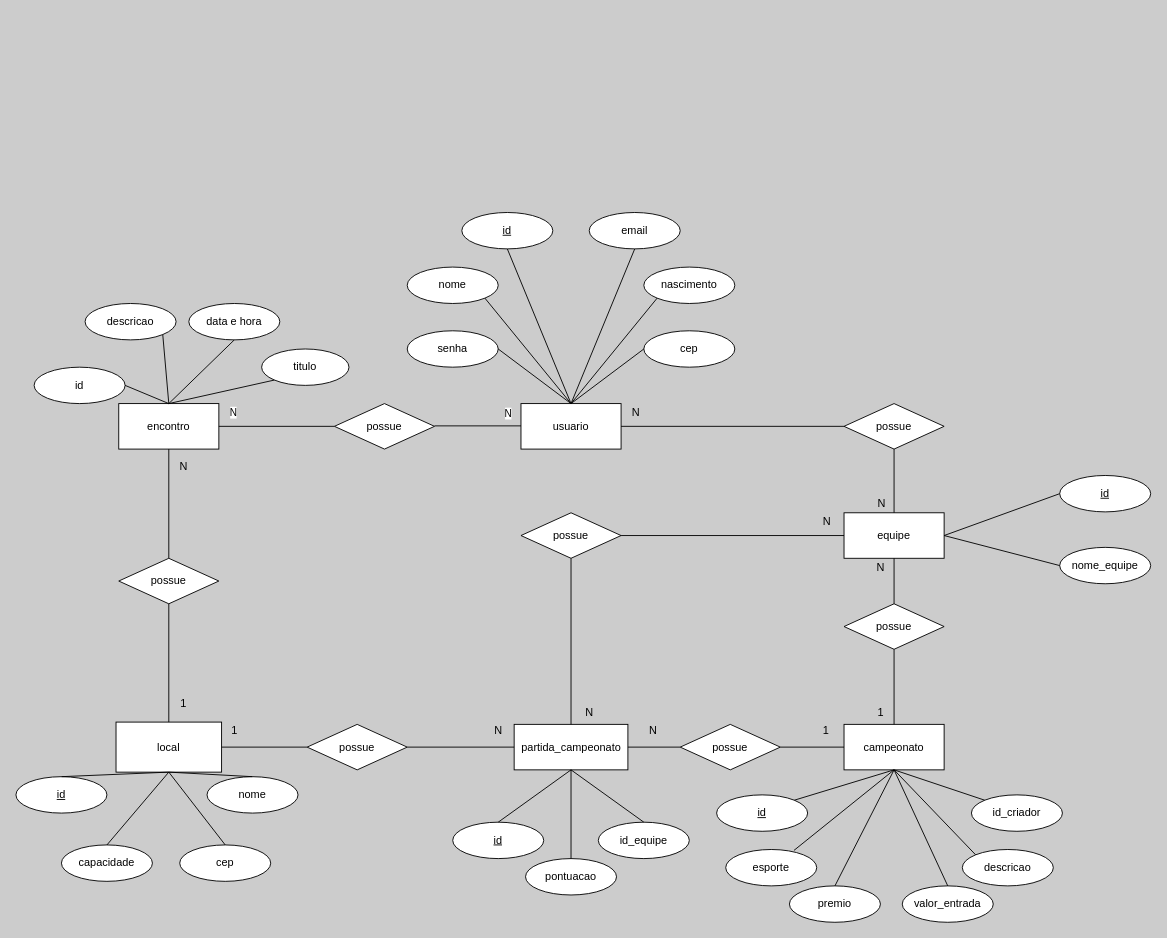
The draw.io diagram playOnMatch/docs/draw/umlAtualizado.drawio in batista29/tcc, before the edit. Source tidied: cells renumbered, new cells numbered last; positions are measured from the earlier drawing's top-left corner, leaving out a move shared by most shapes. Both pictures are drawn from the tidied source at 91%, with x=0, y=0 at pixel (15, 212).
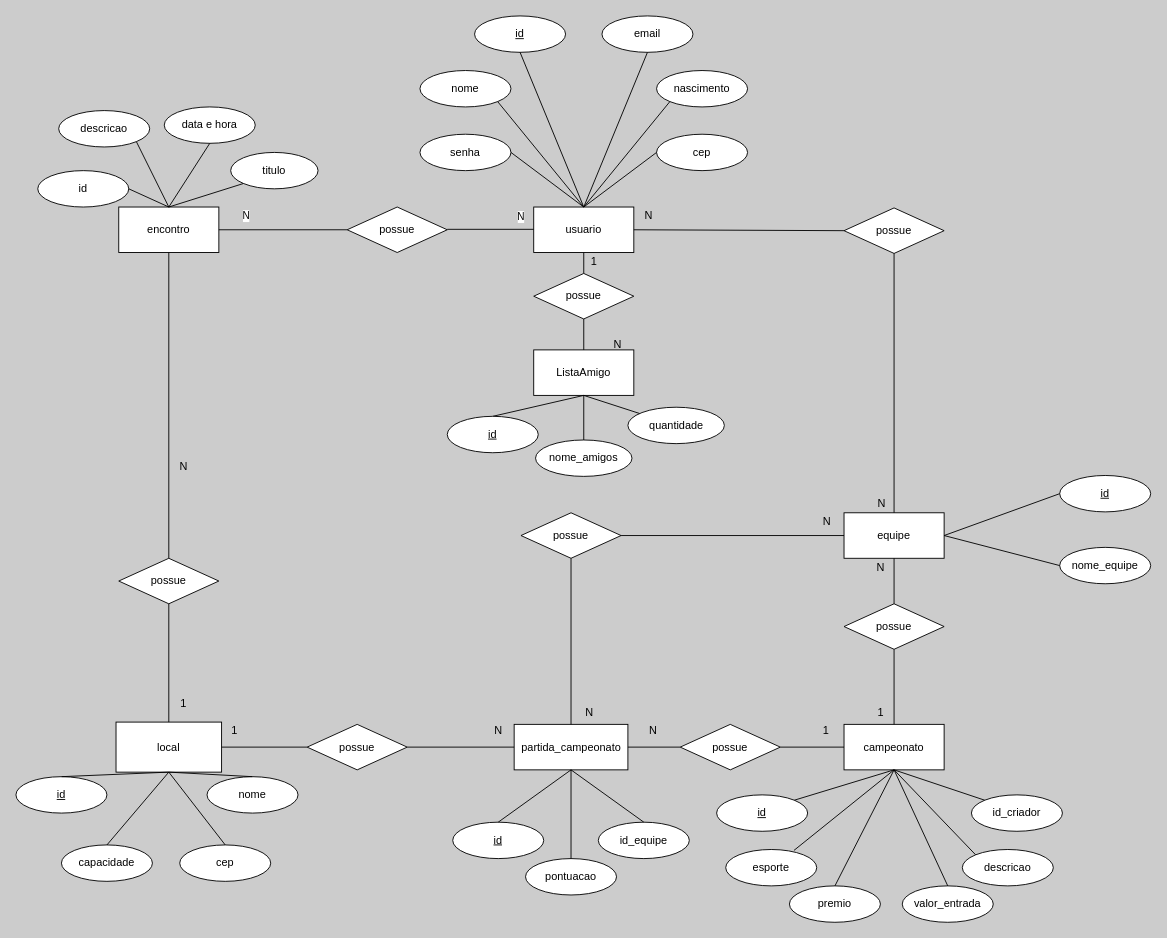
The same page after the edit.

Commit message (it also covers changes not shown here):
atualizando backend lista de amigos

Change to the diagram source:
```diff
@@
     <mxCell id="2" value="usuario" style="html=1;whiteSpace=wrap;" parent="1" vertex="1">
-      <mxGeometry x="555" y="210" width="110" height="50" as="geometry" />
+      <mxGeometry x="569" y="-6" width="110" height="50" as="geometry" />
     </mxCell>
     <mxCell id="3" value="&lt;u&gt;id&lt;/u&gt;" style="ellipse;whiteSpace=wrap;html=1;align=center;" parent="1" vertex="1">
-      <mxGeometry x="490" width="100" height="40" as="geometry" />
+      <mxGeometry x="504" y="-216" width="100" height="40" as="geometry" />
     </mxCell>
     <mxCell id="4" value="senha" style="ellipse;whiteSpace=wrap;html=1;align=center;" parent="1" vertex="1">
-      <mxGeometry x="430" y="130" width="100" height="40" as="geometry" />
+      <mxGeometry x="444" y="-86" width="100" height="40" as="geometry" />
     </mxCell>
     <mxCell id="5" value="nome" style="ellipse;whiteSpace=wrap;html=1;align=center;" parent="1" vertex="1">
-      <mxGeometry x="430" y="60" width="100" height="40" as="geometry" />
+      <mxGeometry x="444" y="-156" width="100" height="40" as="geometry" />
     </mxCell>
     <mxCell id="6" value="email" style="ellipse;whiteSpace=wrap;html=1;align=center;" parent="1" vertex="1">
-      <mxGeometry x="630" width="100" height="40" as="geometry" />
+      <mxGeometry x="644" y="-216" width="100" height="40" as="geometry" />
     </mxCell>
     <mxCell id="7" value="nascimento" style="ellipse;whiteSpace=wrap;html=1;align=center;" parent="1" vertex="1">
-      <mxGeometry x="690" y="60" width="100" height="40" as="geometry" />
+      <mxGeometry x="704" y="-156" width="100" height="40" as="geometry" />
     </mxCell>
@@
     <mxCell id="13" value="cep" style="ellipse;whiteSpace=wrap;html=1;align=center;" parent="1" vertex="1">
-      <mxGeometry x="690" y="130" width="100" height="40" as="geometry" />
+      <mxGeometry x="704" y="-86" width="100" height="40" as="geometry" />
     </mxCell>
@@
     <mxCell id="31" value="possue" style="shape=rhombus;perimeter=rhombusPerimeter;whiteSpace=wrap;html=1;align=center;" parent="1" vertex="1">
-      <mxGeometry x="910" y="210" width="110" height="50" as="geometry" />
+      <mxGeometry x="910" y="-5" width="110" height="50" as="geometry" />
     </mxCell>
@@
     <mxCell id="53" value="encontro" style="rounded=0;whiteSpace=wrap;html=1;" parent="1" vertex="1">
-      <mxGeometry x="113" y="210" width="110" height="50" as="geometry" />
+      <mxGeometry x="113" y="-6" width="110" height="50" as="geometry" />
     </mxCell>
@@
     <mxCell id="55" value="titulo" style="ellipse;whiteSpace=wrap;html=1;align=center;" parent="1" vertex="1">
-      <mxGeometry x="270" y="150" width="96" height="40" as="geometry" />
+      <mxGeometry x="236" y="-66" width="96" height="40" as="geometry" />
     </mxCell>
     <mxCell id="56" value="descricao" style="ellipse;whiteSpace=wrap;html=1;align=center;" parent="1" vertex="1">
-      <mxGeometry x="76" y="100" width="100" height="40" as="geometry" />
+      <mxGeometry x="47" y="-112" width="100" height="40" as="geometry" />
     </mxCell>
     <mxCell id="57" value="possue" style="shape=rhombus;perimeter=rhombusPerimeter;whiteSpace=wrap;html=1;align=center;" parent="1" vertex="1">
-      <mxGeometry x="350" y="210" width="110" height="50" as="geometry" />
+      <mxGeometry x="364" y="-6" width="110" height="50" as="geometry" />
     </mxCell>
     <mxCell id="58" style="endArrow=none;html=1;rounded=0;entryX=1;entryY=0.5;entryDx=0;entryDy=0;exitX=0;exitY=0.5;exitDx=0;exitDy=0;" parent="1" edge="1">
       <mxGeometry relative="1" as="geometry">
-        <mxPoint x="555" y="234.5" as="sourcePoint" />
-        <mxPoint x="460" y="234.5" as="targetPoint" />
+        <mxPoint x="569" y="18.5" as="sourcePoint" />
+        <mxPoint x="474" y="18.5" as="targetPoint" />
       </mxGeometry>
     </mxCell>
@@
     <mxCell id="71" value="data e hora" style="ellipse;whiteSpace=wrap;html=1;align=center;" parent="1" vertex="1">
-      <mxGeometry x="190" y="100" width="100" height="40" as="geometry" />
+      <mxGeometry x="163" y="-116" width="100" height="40" as="geometry" />
     </mxCell>
@@
     <mxCell id="76" value="id" style="ellipse;whiteSpace=wrap;html=1;align=center;" parent="1" vertex="1">
-      <mxGeometry x="20" y="170" width="100" height="40" as="geometry" />
+      <mxGeometry x="24" y="-46" width="100" height="40" as="geometry" />
     </mxCell>
@@
     <mxCell id="78" value="N" style="edgeLabel;html=1;align=center;verticalAlign=middle;" parent="1" vertex="1">
-      <mxGeometry x="280" y="200" as="geometry">
+      <mxGeometry x="294" y="-16" as="geometry">
         <mxPoint x="-42" y="19" as="offset" />
       </mxGeometry>
     </mxCell>
     <mxCell id="79" value="N" style="text;html=1;align=center;verticalAlign=middle;" parent="1" vertex="1">
-      <mxGeometry x="671" y="211" width="19" height="18" as="geometry" />
+      <mxGeometry x="685" y="-5" width="19" height="18" as="geometry" />
     </mxCell>
@@
+    <mxCell id="93" style="endArrow=none;html=1;rounded=0;exitX=0.5;exitY=1;exitDx=0;exitDy=0;entryX=0.5;entryY=0;entryDx=0;entryDy=0;" parent="1" edge="1" source="2" target="95">
+      <mxGeometry relative="1" as="geometry" />
+    </mxCell>
+    <mxCell id="94" value="ListaAmigo" style="html=1;whiteSpace=wrap;" parent="1" vertex="1">
+      <mxGeometry x="569" y="151" width="110" height="50" as="geometry" />
+    </mxCell>
+    <mxCell id="95" value="possue" style="shape=rhombus;perimeter=rhombusPerimeter;whiteSpace=wrap;html=1;align=center;" parent="1" vertex="1">
+      <mxGeometry x="569" y="67" width="110" height="50" as="geometry" />
+    </mxCell>
+    <mxCell id="96" style="endArrow=none;html=1;rounded=0;entryX=0.5;entryY=1;entryDx=0;entryDy=0;exitX=0.5;exitY=0;exitDx=0;exitDy=0;" parent="1" edge="1" source="94" target="95">
+      <mxGeometry relative="1" as="geometry" />
+    </mxCell>
+    <mxCell id="97" value="1" style="text;html=1;align=center;verticalAlign=middle;strokeColor=none;fillColor=none;" parent="1" vertex="1">
+      <mxGeometry x="622" y="41" width="25" height="26" as="geometry" />
+    </mxCell>
+    <mxCell id="98" value="N" style="text;html=1;align=center;verticalAlign=middle;strokeColor=none;fillColor=none;" parent="1" vertex="1">
+      <mxGeometry x="647" y="132" width="27" height="26" as="geometry" />
+    </mxCell>
+    <mxCell id="99" style="endArrow=none;html=1;rounded=0;entryX=0.5;entryY=1;entryDx=0;entryDy=0;exitX=0.5;exitY=0;exitDx=0;exitDy=0;" parent="1" edge="1" source="104" target="94">
+      <mxGeometry relative="1" as="geometry" />
+    </mxCell>
+    <mxCell id="100" value="nome_amigos" style="ellipse;whiteSpace=wrap;html=1;align=center;" parent="1" vertex="1">
+      <mxGeometry x="571" y="250" width="106" height="40" as="geometry" />
+    </mxCell>
+    <mxCell id="101" style="endArrow=none;html=1;rounded=0;entryX=0.5;entryY=1;entryDx=0;entryDy=0;exitX=0.5;exitY=0;exitDx=0;exitDy=0;" parent="1" edge="1" source="100" target="94">
+      <mxGeometry relative="1" as="geometry" />
+    </mxCell>
+    <mxCell id="102" value="quantidade" style="ellipse;whiteSpace=wrap;html=1;align=center;" parent="1" vertex="1">
+      <mxGeometry x="672.5" y="214" width="106" height="40" as="geometry" />
+    </mxCell>
+    <mxCell id="103" style="endArrow=none;html=1;rounded=0;entryX=0.5;entryY=1;entryDx=0;entryDy=0;" parent="1" edge="1" source="102" target="94">
+      <mxGeometry relative="1" as="geometry" />
+    </mxCell>
+    <mxCell id="104" value="&lt;u&gt;id&lt;/u&gt;" style="ellipse;whiteSpace=wrap;html=1;align=center;" parent="1" vertex="1">
+      <mxGeometry x="474" y="224" width="100" height="40" as="geometry" />
+    </mxCell>
```
